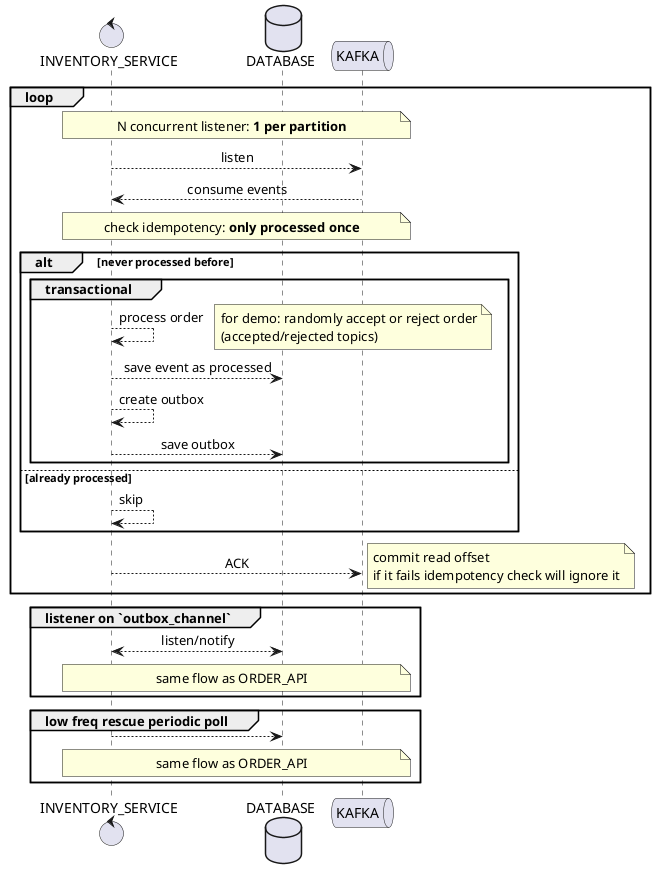
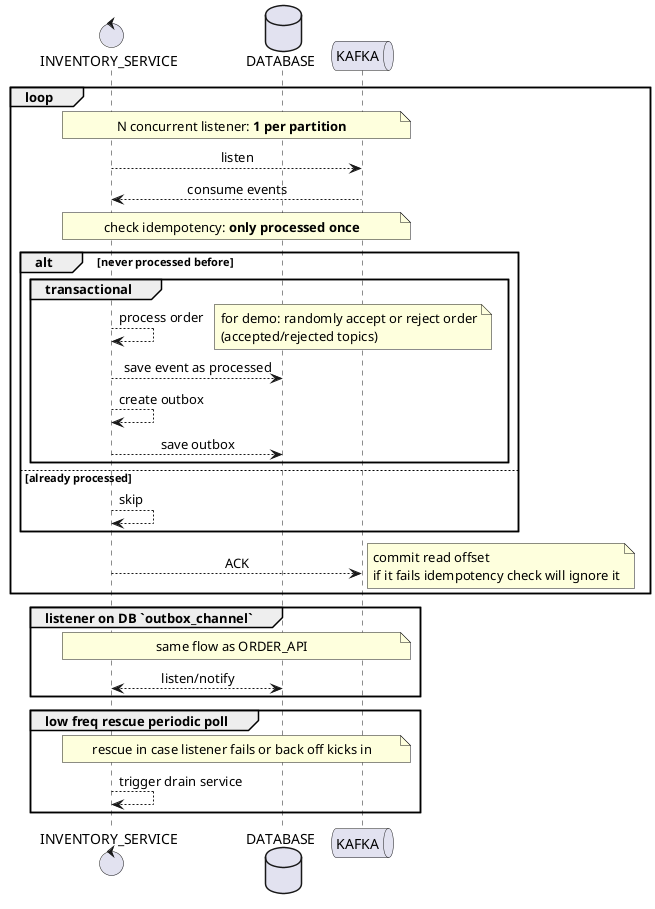
@startuml
skinparam sequenceMessageAlign center

control INVENTORY_SERVICE as SERVICE
database DATABASE as DB
queue KAFKA as K

loop
    note across: N concurrent listener: **1 per partition**
    SERVICE --> K: listen
    K --> SERVICE: consume events
    note across: check idempotency: **only processed once**
    alt never processed before
        group transactional
            SERVICE --> SERVICE: process order
            note right: for demo: randomly accept or reject order\n(accepted/rejected topics)
            SERVICE --> DB: save event as processed
            SERVICE --> SERVICE: create outbox
            SERVICE --> DB: save outbox
        end
    else already processed
        SERVICE --> SERVICE: skip
    end
    SERVICE --> K: ACK
    note right: commit read offset\nif it fails idempotency check will ignore it
end

- group listener on `outbox_channel`
+ group listener on DB `outbox_channel`
+     note across: same flow as ORDER_API
    SERVICE <--> DB: listen/notify
-     note across: same flow as ORDER_API
end

group low freq rescue periodic poll
-       SERVICE --> DB
-       note across: same flow as ORDER_API
+     note across: rescue in case listener fails or back off kicks in
+     SERVICE --> SERVICE: trigger drain service
end
@enduml
